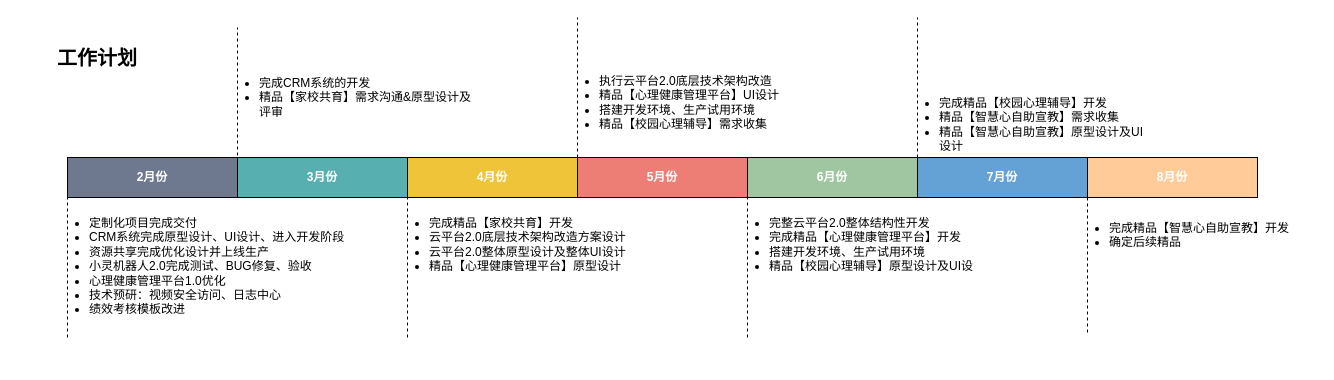
Before: page "第 5 页" (4 of 5) of diagrams/里程.drawio in dengyulong/PublicStore, a draw.io diagram. Source tidied: cells renumbered, new cells numbered last; positions are measured from the earlier drawing's top-left corner, leaving out a move shared by most shapes. Both pictures are drawn from the tidied source at 100%, with x=0, y=0 at pixel (17, 17).
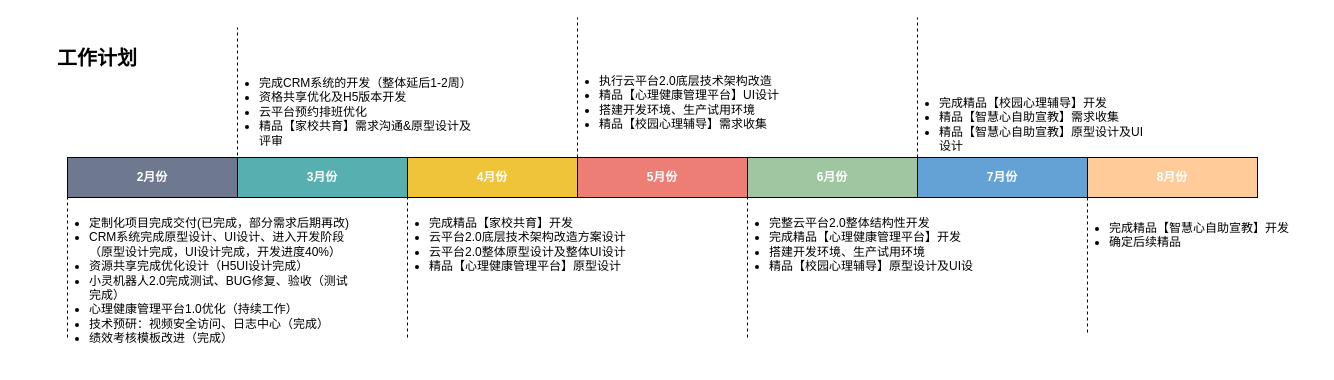
The same page after the edit.

Diff of the diagram source:
```diff
@@
-    <mxCell id="10" value="&lt;ul&gt;&lt;li&gt;定制化项目完成交付&lt;/li&gt;&lt;li style=&quot;&quot;&gt;CRM系统完成原型设计、UI设计、进入开发阶段&lt;/li&gt;&lt;li style=&quot;&quot;&gt;资源共享完成优化设计并上线生产&lt;/li&gt;&lt;li style=&quot;&quot;&gt;小灵机器人2.0完成测试、BUG修复、验收&lt;/li&gt;&lt;li style=&quot;&quot;&gt;心理健康管理平台1.0优化&lt;br&gt;&lt;/li&gt;&lt;li style=&quot;&quot;&gt;技术预研：视频安全访问、日志中心&lt;/li&gt;&lt;li style=&quot;border-color: var(--border-color);&quot;&gt;绩效考核模板改进&lt;/li&gt;&lt;/ul&gt;" style="text;html=1;align=left;verticalAlign=top;whiteSpace=wrap;rounded=0;sketch=0;fontFamily=微软雅黑;" parent="1" vertex="1">
+    <mxCell id="10" value="&lt;ul&gt;&lt;li&gt;定制化项目完成交付(已完成，部分需求后期再改)&lt;/li&gt;&lt;li style=&quot;&quot;&gt;CRM系统完成原型设计、UI设计、进入开发阶段（原型设计完成，UI设计完成，开发进度40%）&lt;/li&gt;&lt;li style=&quot;&quot;&gt;资源共享完成优化设计（H5UI设计完成）&lt;/li&gt;&lt;li style=&quot;&quot;&gt;小灵机器人2.0完成测试、BUG修复、验收（测试完成）&lt;/li&gt;&lt;li style=&quot;&quot;&gt;心理健康管理平台1.0优化（持续工作）&lt;br&gt;&lt;/li&gt;&lt;li style=&quot;&quot;&gt;技术预研：视频安全访问、日志中心（完成）&lt;/li&gt;&lt;li style=&quot;border-color: var(--border-color);&quot;&gt;绩效考核模板改进（完成）&lt;/li&gt;&lt;/ul&gt;" style="text;html=1;align=left;verticalAlign=top;whiteSpace=wrap;rounded=0;sketch=0;fontFamily=微软雅黑;" parent="1" vertex="1">
       <mxGeometry x="30" y="180" width="310" height="165" as="geometry" />
     </mxCell>
-    <mxCell id="11" value="&lt;ul&gt;&lt;li&gt;完成CRM系统的开发&lt;/li&gt;&lt;li style=&quot;&quot;&gt;&lt;span style=&quot;background-color: initial;&quot;&gt;精品【家校共育】需求沟通&amp;amp;原型设计及评审&lt;/span&gt;&lt;br&gt;&lt;/li&gt;&lt;/ul&gt;" style="text;html=1;align=left;verticalAlign=top;whiteSpace=wrap;rounded=0;sketch=0;fontFamily=微软雅黑;" parent="1" vertex="1">
+    <mxCell id="11" value="&lt;ul&gt;&lt;li&gt;完成CRM系统的开发（整体延后1-2周）&lt;/li&gt;&lt;li&gt;资格共享优化及H5版本开发&lt;/li&gt;&lt;li&gt;云平台预约排班优化&lt;/li&gt;&lt;li style=&quot;&quot;&gt;&lt;span style=&quot;background-color: initial;&quot;&gt;精品【家校共育】需求沟通&amp;amp;原型设计及评审&lt;/span&gt;&lt;br&gt;&lt;/li&gt;&lt;/ul&gt;" style="text;html=1;align=left;verticalAlign=top;whiteSpace=wrap;rounded=0;sketch=0;fontFamily=微软雅黑;" parent="1" vertex="1">
       <mxGeometry x="200" y="40" width="260" height="93" as="geometry" />
     </mxCell>
```
